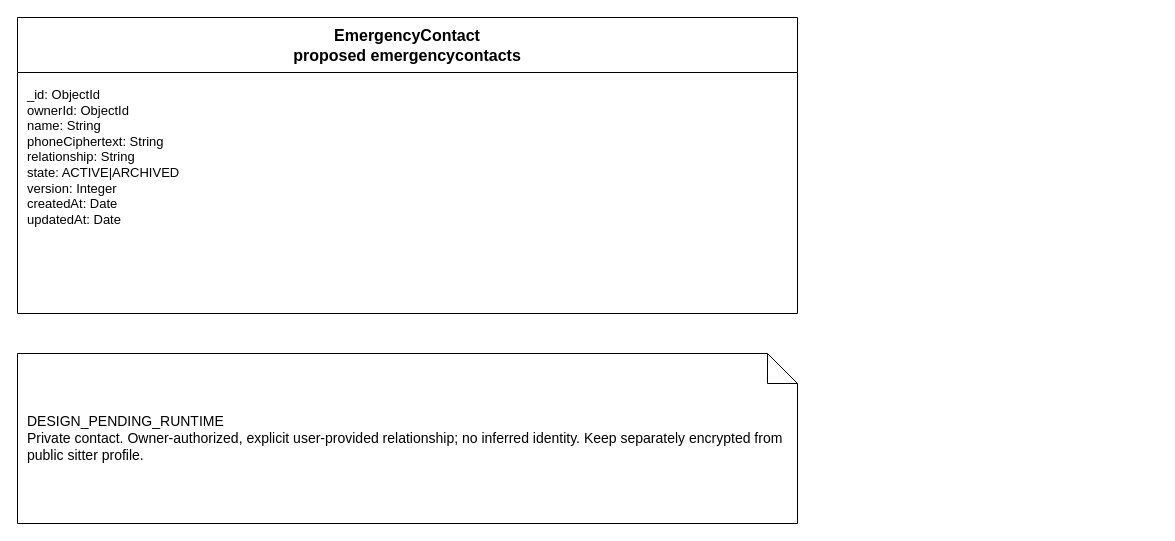
Above: page "EmergencyContact — DESIGN_PENDING_RUNTIME" (1 of 11) of doc/reports/report4/database/planned-domain-schema.drawio in ngocthanhhx7/SEP490_G101_FALL2026 (draw.io), before the change. Source tidied: cells renumbered, new cells numbered last; positions are measured from the earlier drawing's top-left corner, leaving out a move shared by most shapes. Both pictures are drawn from the tidied source at 100%, with x=0, y=0 at pixel (17, 17).
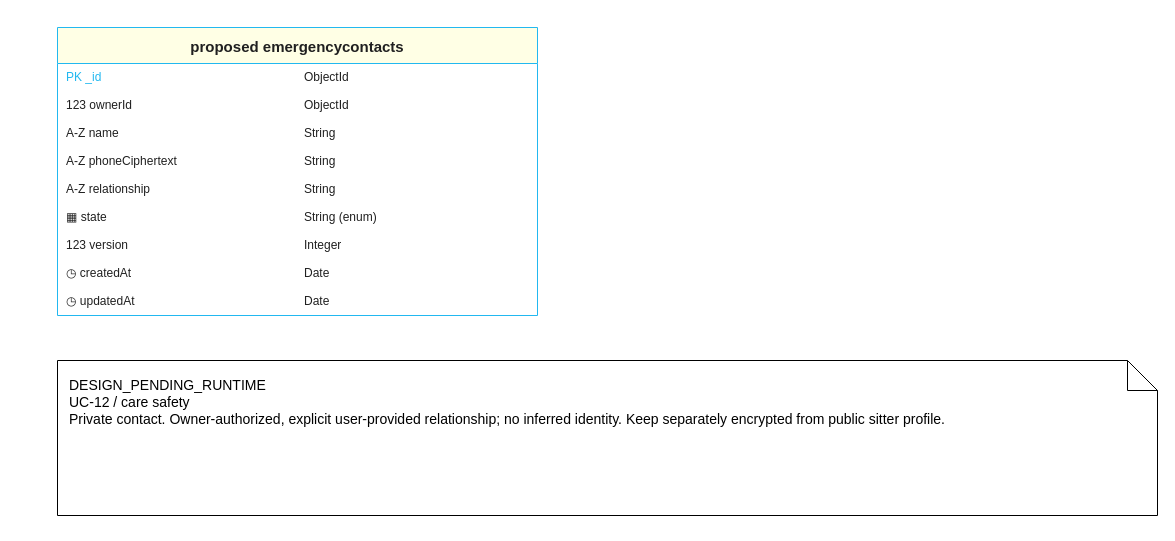
After the change.

The edit, as a diff of the source:
```diff
@@
-<mxGraphModel>
+<mxGraphModel background="#ffffff">
@@
-    <mxCell id="2" value="EmergencyContact&#10;proposed emergencycontacts" style="swimlane;startSize=55;whiteSpace=wrap;html=0;fontSize=16;" parent="1" vertex="1">
-      <mxGeometry width="780" height="296" as="geometry" />
-    </mxCell>
-    <mxCell id="3" value="_id: ObjectId&#10;ownerId: ObjectId&#10;name: String&#10;phoneCiphertext: String&#10;relationship: String&#10;state: ACTIVE|ARCHIVED&#10;version: Integer&#10;createdAt: Date&#10;updatedAt: Date" style="text;whiteSpace=wrap;html=0;align=left;verticalAlign=top;spacing=10;fontSize=13;" parent="2" vertex="1">
-      <mxGeometry y="55" width="780" height="241" as="geometry" />
-    </mxCell>
-    <mxCell id="4" value="DESIGN_PENDING_RUNTIME&#10;Private contact. Owner-authorized, explicit user-provided relationship; no inferred identity. Keep separately encrypted from public sitter profile." style="shape=note;whiteSpace=wrap;html=0;align=left;spacing=10;fontSize=14;" parent="1" vertex="1">
-      <mxGeometry y="336" width="780" height="170" as="geometry" />
-    </mxCell>
+    <mxCell id="5" value="proposed emergencycontacts" style="swimlane;startSize=36;horizontal=1;rounded=0;html=0;fillColor=#FFFFE5;swimlaneFillColor=#ffffff;strokeColor=#22B8F0;fontColor=#202020;fontSize=15;fontStyle=1;align=center;" parent="1" vertex="1">
+      <mxGeometry x="40" y="10" width="480" height="288" as="geometry" />
+    </mxCell>
+    <mxCell id="6" value="PK _id" style="text;html=0;whiteSpace=wrap;overflow=hidden;align=left;verticalAlign=middle;fontSize=12;fontColor=#22B8F0;spacingLeft=7;strokeColor=none;" parent="5" vertex="1">
+      <mxGeometry y="36" width="240" height="28" as="geometry" />
+    </mxCell>
+    <mxCell id="7" value="ObjectId" style="text;html=0;whiteSpace=wrap;overflow=hidden;align=left;verticalAlign=middle;fontSize=12;fontColor=#202020;spacingLeft=5;strokeColor=none;" parent="5" vertex="1">
+      <mxGeometry x="240" y="36" width="240" height="28" as="geometry" />
+    </mxCell>
+    <mxCell id="8" value="123 ownerId" style="text;html=0;whiteSpace=wrap;overflow=hidden;align=left;verticalAlign=middle;fontSize=12;fontColor=#202020;spacingLeft=7;strokeColor=none;" parent="5" vertex="1">
+      <mxGeometry y="64" width="240" height="28" as="geometry" />
+    </mxCell>
+    <mxCell id="9" value="ObjectId" style="text;html=0;whiteSpace=wrap;overflow=hidden;align=left;verticalAlign=middle;fontSize=12;fontColor=#202020;spacingLeft=5;strokeColor=none;" parent="5" vertex="1">
+      <mxGeometry x="240" y="64" width="240" height="28" as="geometry" />
+    </mxCell>
+    <mxCell id="10" value="A-Z name" style="text;html=0;whiteSpace=wrap;overflow=hidden;align=left;verticalAlign=middle;fontSize=12;fontColor=#202020;spacingLeft=7;strokeColor=none;" parent="5" vertex="1">
+      <mxGeometry y="92" width="240" height="28" as="geometry" />
+    </mxCell>
+    <mxCell id="11" value="String" style="text;html=0;whiteSpace=wrap;overflow=hidden;align=left;verticalAlign=middle;fontSize=12;fontColor=#202020;spacingLeft=5;strokeColor=none;" parent="5" vertex="1">
+      <mxGeometry x="240" y="92" width="240" height="28" as="geometry" />
+    </mxCell>
+    <mxCell id="12" value="A-Z phoneCiphertext" style="text;html=0;whiteSpace=wrap;overflow=hidden;align=left;verticalAlign=middle;fontSize=12;fontColor=#202020;spacingLeft=7;strokeColor=none;" parent="5" vertex="1">
+      <mxGeometry y="120" width="240" height="28" as="geometry" />
+    </mxCell>
+    <mxCell id="13" value="String" style="text;html=0;whiteSpace=wrap;overflow=hidden;align=left;verticalAlign=middle;fontSize=12;fontColor=#202020;spacingLeft=5;strokeColor=none;" parent="5" vertex="1">
+      <mxGeometry x="240" y="120" width="240" height="28" as="geometry" />
+    </mxCell>
+    <mxCell id="14" value="A-Z relationship" style="text;html=0;whiteSpace=wrap;overflow=hidden;align=left;verticalAlign=middle;fontSize=12;fontColor=#202020;spacingLeft=7;strokeColor=none;" parent="5" vertex="1">
+      <mxGeometry y="148" width="240" height="28" as="geometry" />
+    </mxCell>
+    <mxCell id="15" value="String" style="text;html=0;whiteSpace=wrap;overflow=hidden;align=left;verticalAlign=middle;fontSize=12;fontColor=#202020;spacingLeft=5;strokeColor=none;" parent="5" vertex="1">
+      <mxGeometry x="240" y="148" width="240" height="28" as="geometry" />
+    </mxCell>
+    <mxCell id="16" value="▦ state" style="text;html=0;whiteSpace=wrap;overflow=hidden;align=left;verticalAlign=middle;fontSize=12;fontColor=#202020;spacingLeft=7;strokeColor=none;" parent="5" vertex="1">
+      <mxGeometry y="176" width="240" height="28" as="geometry" />
+    </mxCell>
+    <mxCell id="17" value="String (enum)" style="text;html=0;whiteSpace=wrap;overflow=hidden;align=left;verticalAlign=middle;fontSize=12;fontColor=#202020;spacingLeft=5;strokeColor=none;" parent="5" vertex="1">
+      <mxGeometry x="240" y="176" width="240" height="28" as="geometry" />
+    </mxCell>
+    <mxCell id="18" value="123 version" style="text;html=0;whiteSpace=wrap;overflow=hidden;align=left;verticalAlign=middle;fontSize=12;fontColor=#202020;spacingLeft=7;strokeColor=none;" parent="5" vertex="1">
+      <mxGeometry y="204" width="240" height="28" as="geometry" />
+    </mxCell>
+    <mxCell id="19" value="Integer" style="text;html=0;whiteSpace=wrap;overflow=hidden;align=left;verticalAlign=middle;fontSize=12;fontColor=#202020;spacingLeft=5;strokeColor=none;" parent="5" vertex="1">
+      <mxGeometry x="240" y="204" width="240" height="28" as="geometry" />
+    </mxCell>
+    <mxCell id="20" value="◷ createdAt" style="text;html=0;whiteSpace=wrap;overflow=hidden;align=left;verticalAlign=middle;fontSize=12;fontColor=#202020;spacingLeft=7;strokeColor=none;" parent="5" vertex="1">
+      <mxGeometry y="232" width="240" height="28" as="geometry" />
+    </mxCell>
+    <mxCell id="21" value="Date" style="text;html=0;whiteSpace=wrap;overflow=hidden;align=left;verticalAlign=middle;fontSize=12;fontColor=#202020;spacingLeft=5;strokeColor=none;" parent="5" vertex="1">
+      <mxGeometry x="240" y="232" width="240" height="28" as="geometry" />
+    </mxCell>
+    <mxCell id="22" value="◷ updatedAt" style="text;html=0;whiteSpace=wrap;overflow=hidden;align=left;verticalAlign=middle;fontSize=12;fontColor=#202020;spacingLeft=7;strokeColor=none;" parent="5" vertex="1">
+      <mxGeometry y="260" width="240" height="28" as="geometry" />
+    </mxCell>
+    <mxCell id="23" value="Date" style="text;html=0;whiteSpace=wrap;overflow=hidden;align=left;verticalAlign=middle;fontSize=12;fontColor=#202020;spacingLeft=5;strokeColor=none;" parent="5" vertex="1">
+      <mxGeometry x="240" y="260" width="240" height="28" as="geometry" />
+    </mxCell>
+    <mxCell id="24" value="DESIGN_PENDING_RUNTIME&#10;UC-12 / care safety&#10;Private contact. Owner-authorized, explicit user-provided relationship; no inferred identity. Keep separately encrypted from public sitter profile." style="shape=note;html=0;whiteSpace=wrap;align=left;verticalAlign=top;spacing=12;fontSize=14;" parent="1" vertex="1">
+      <mxGeometry x="40" y="343" width="1100" height="155" as="geometry" />
+    </mxCell>
```
